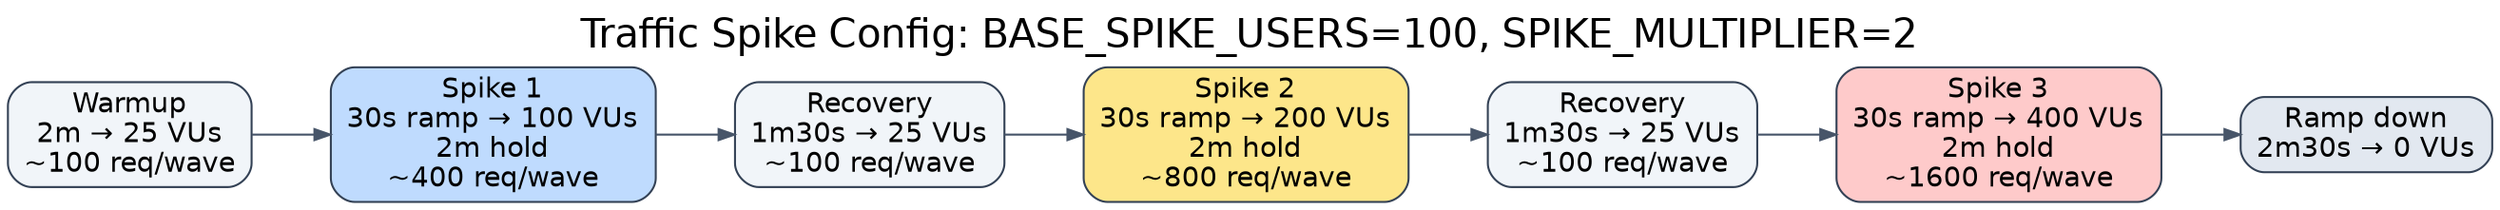
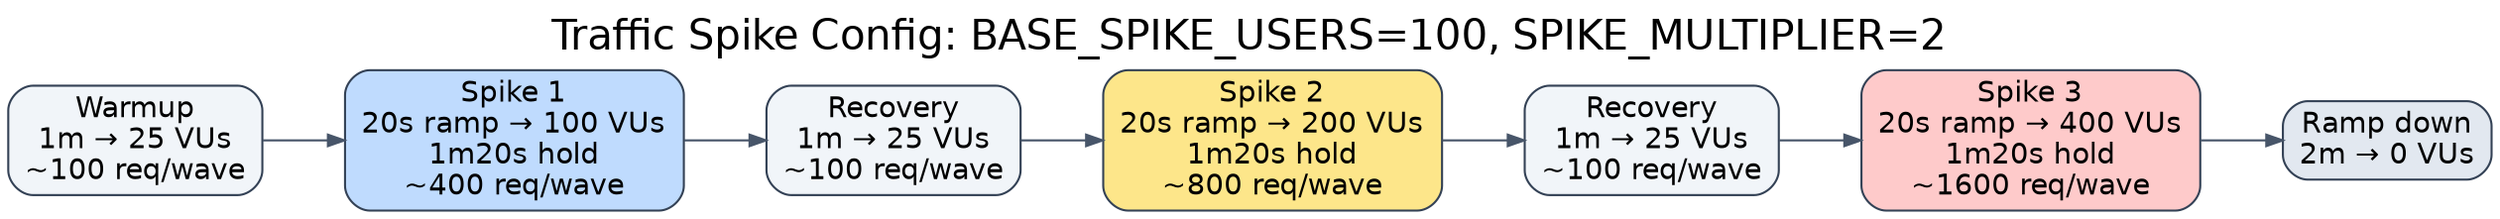
digraph traffic_spike {
  graph [
    rankdir=LR,
    labelloc=t,
    label="Traffic Spike Config: BASE_SPIKE_USERS=100, SPIKE_MULTIPLIER=2",
    fontsize=20,
    fontname="Helvetica",
    nodesep=0.35,
    ranksep=0.55
  ];

  node [shape=box, style="rounded,filled", fontname="Helvetica", color="#334155", fillcolor="#f8fafc"];
  edge [color="#475569", arrowsize=0.8, fontname="Helvetica", fontsize=10];

-   warmup [label="Warmup\n2m → 25 VUs\n~100 req/wave", fillcolor="#f1f5f9"];
-   spike1 [label="Spike 1\n30s ramp → 100 VUs\n2m hold\n~400 req/wave", fillcolor="#bfdbfe"];
-   recovery1 [label="Recovery\n1m30s → 25 VUs\n~100 req/wave", fillcolor="#f1f5f9"];
-   spike2 [label="Spike 2\n30s ramp → 200 VUs\n2m hold\n~800 req/wave", fillcolor="#fde68a"];
-   recovery2 [label="Recovery\n1m30s → 25 VUs\n~100 req/wave", fillcolor="#f1f5f9"];
-   spike3 [label="Spike 3\n30s ramp → 400 VUs\n2m hold\n~1600 req/wave", fillcolor="#fecaca"];
-   rampdown [label="Ramp down\n2m30s → 0 VUs", fillcolor="#e2e8f0"];
+   warmup [label="Warmup\n1m → 25 VUs\n~100 req/wave", fillcolor="#f1f5f9"];
+   spike1 [label="Spike 1\n20s ramp → 100 VUs\n1m20s hold\n~400 req/wave", fillcolor="#bfdbfe"];
+   recovery1 [label="Recovery\n1m → 25 VUs\n~100 req/wave", fillcolor="#f1f5f9"];
+   spike2 [label="Spike 2\n20s ramp → 200 VUs\n1m20s hold\n~800 req/wave", fillcolor="#fde68a"];
+   recovery2 [label="Recovery\n1m → 25 VUs\n~100 req/wave", fillcolor="#f1f5f9"];
+   spike3 [label="Spike 3\n20s ramp → 400 VUs\n1m20s hold\n~1600 req/wave", fillcolor="#fecaca"];
+   rampdown [label="Ramp down\n2m → 0 VUs", fillcolor="#e2e8f0"];

  warmup -> spike1 -> recovery1 -> spike2 -> recovery2 -> spike3 -> rampdown;
}
- 
